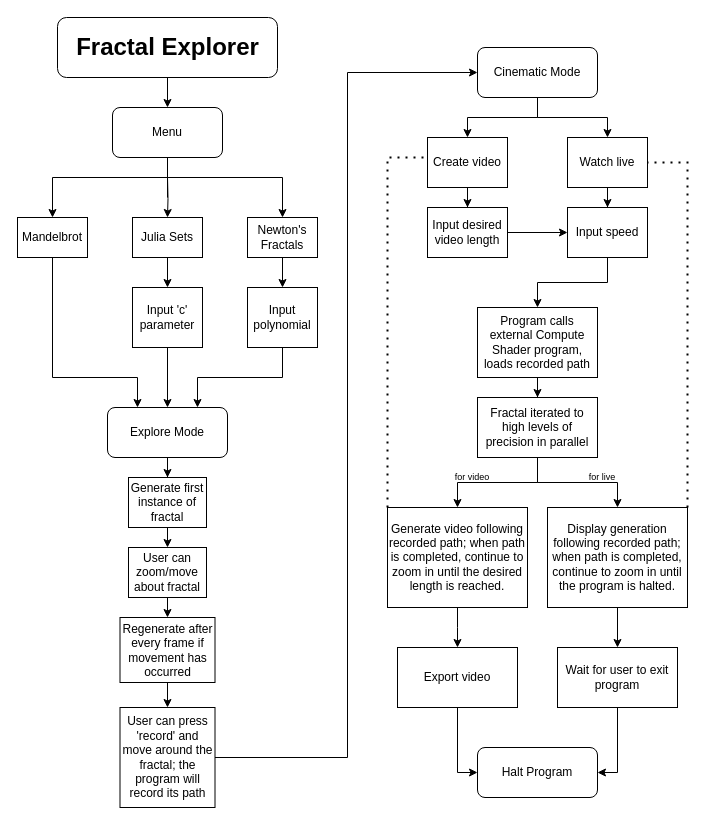
Earlier version of the draw.io diagram Documentation/Decomposition.drawio (louisd-w/FractalExplorer). Source tidied: cells renumbered, new cells numbered last; positions are measured from the earlier drawing's top-left corner, leaving out a move shared by most shapes. Both pictures are drawn from the tidied source at 100%, with x=0, y=0 at pixel (17, 17).
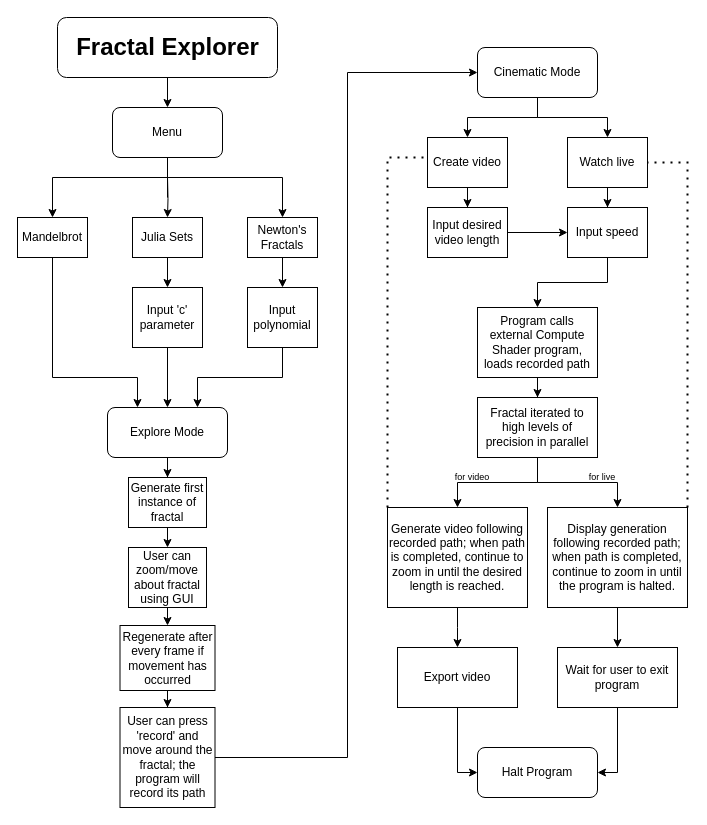
Above is the later version.

What changed in the source:
```diff
@@
-    <mxCell id="23" value="User can zoom/move about fractal" style="rounded=0;whiteSpace=wrap;html=1;" parent="1" vertex="1">
-      <mxGeometry x="111" y="530" width="78" height="50" as="geometry" />
+    <mxCell id="23" value="User can zoom/move about fractal using GUI" style="rounded=0;whiteSpace=wrap;html=1;" parent="1" vertex="1">
+      <mxGeometry x="111" y="530" width="78" height="60" as="geometry" />
     </mxCell>
@@
     <mxCell id="27" value="Regenerate after every frame if movement has occurred" style="rounded=0;whiteSpace=wrap;html=1;" parent="1" vertex="1">
-      <mxGeometry x="102.5" y="600" width="95" height="65" as="geometry" />
+      <mxGeometry x="102.5" y="608" width="95" height="65" as="geometry" />
     </mxCell>
```
